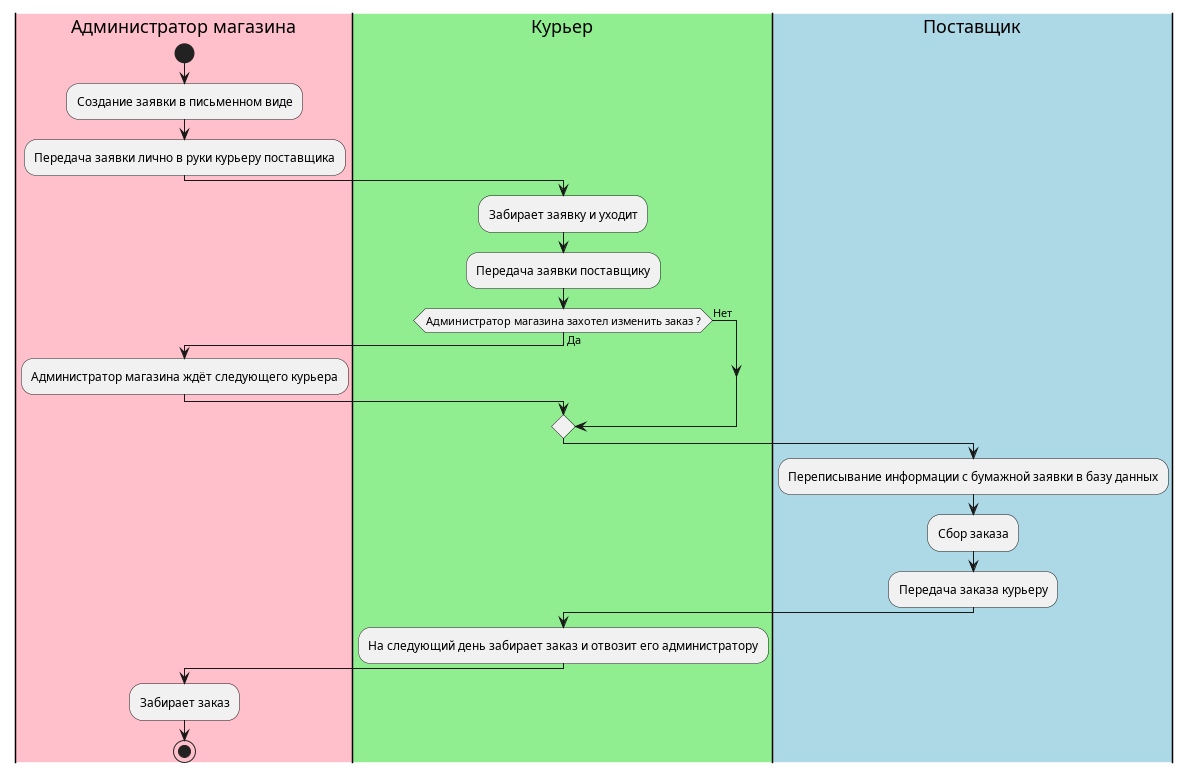
Before: uml-диаграммы/out/диаграмма_деятельности_старого_бизнес-процесса/old_diam.png, a diagram exported from PlantUML (BombasticFantastik/PIS_Course_work).
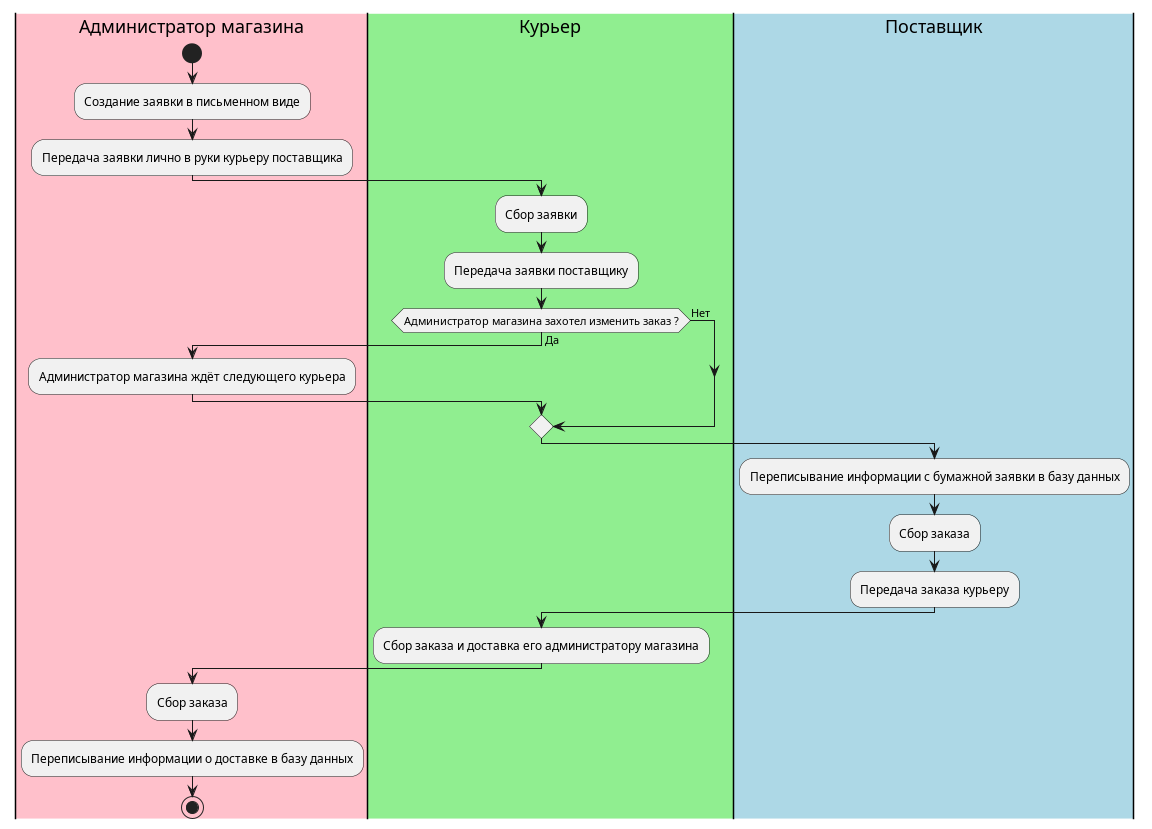
After the commit.

Diff of the diagram source:
```diff
@@ -12,7 +12,7 @@
 
 
 |Кур|
-:Забирает заявку и уходит;
+:Сбор заявки;
 :Передача заявки поставщику;
 if (Администратор магазина захотел изменить заказ ?) is (Да) then
 |Адм|
@@ -28,9 +28,10 @@
 :Передача заказа курьеру;
 
 |Кур|
-:На следующий день забирает заказ и отвозит его администратору;
+:Сбор заказа и доставка его администратору магазина;
 
 |Адм|
-:Забирает заказ;
+:Сбор заказа;
+:Переписывание информации о доставке в базу данных;
 stop
 @enduml
```
